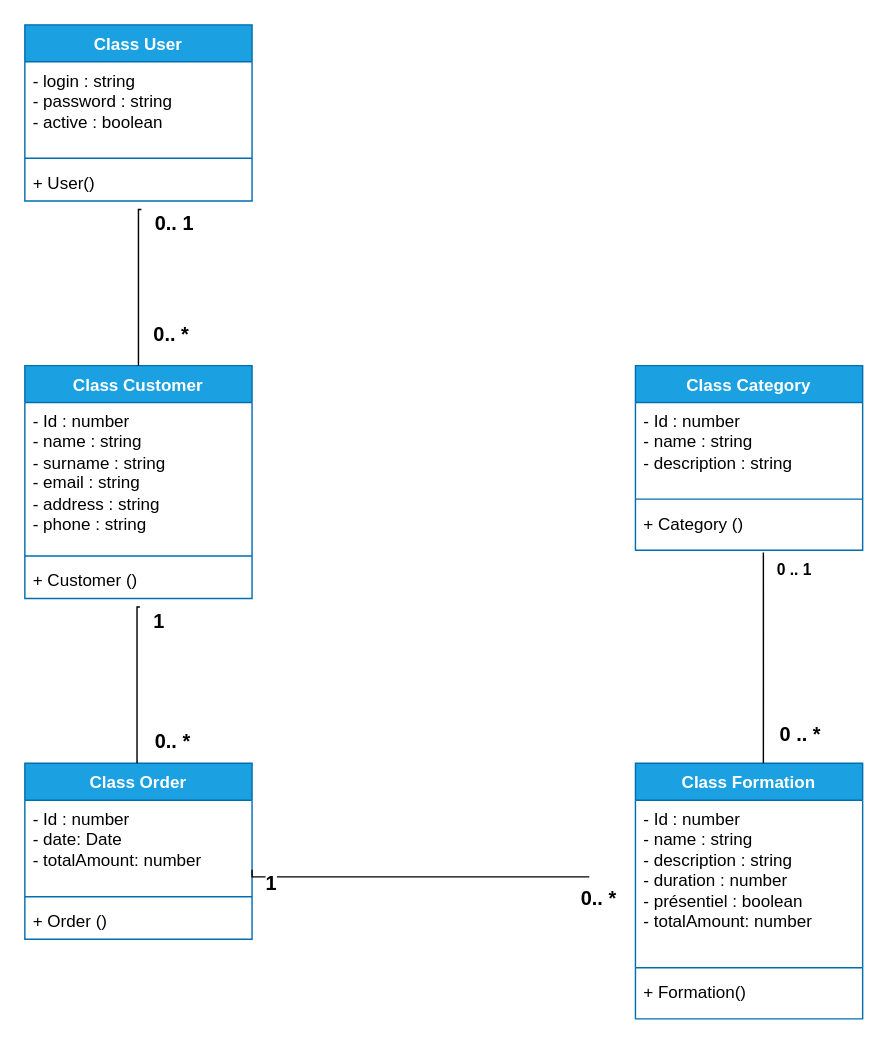
Before: docs/diagrammes/Diagramme_de_classe.drawio in Arthur40480/Evaluation1, a draw.io diagram. Source tidied: cells renumbered, new cells numbered last; positions are measured from the earlier drawing's top-left corner, leaving out a move shared by most shapes. Both pictures are drawn from the tidied source at 142%, with x=0, y=0 at pixel (24, 24).
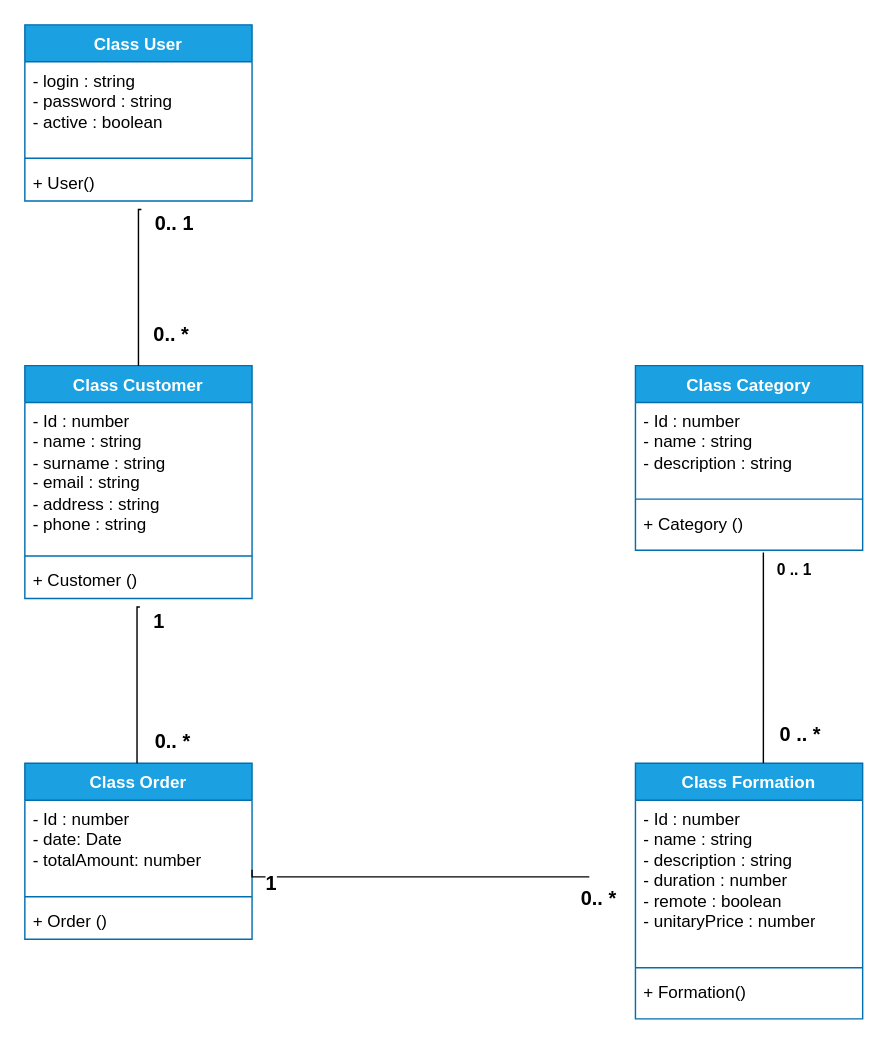
After the change.

Commit message (it also covers changes not shown here):
Modification Diagramme de classe

Unchanged cells that the change refers to:
```xml
<mxCell id="20" value="Class Formation" style="swimlane;fontStyle=1;align=center;verticalAlign=top;horizontal=1;startSize=26;whiteSpace=wrap;html=1;fillColor=#1ba1e2;fontColor=#ffffff;strokeColor=#006EAF;" parent="1" vertex="1">
  <mxGeometry x="430" y="520" width="160" height="180" as="geometry" />
</mxCell>
```

Change to the diagram source:
```diff
@@
-    <mxCell id="21" value="&lt;div&gt;- Id : number&lt;/div&gt;&lt;div&gt;- name : string&lt;/div&gt;&lt;div&gt;- description : string&lt;/div&gt;&lt;div&gt;- duration : number&lt;/div&gt;&lt;div&gt;- présentiel : boolean&lt;br&gt;&lt;/div&gt;&lt;div&gt;- totalAmount: number&lt;/div&gt;&lt;div&gt;&lt;br&gt;&lt;/div&gt;&lt;div&gt;&lt;br&gt;&lt;/div&gt;&lt;div&gt;&lt;br&gt;&lt;/div&gt;" style="text;strokeColor=none;fillColor=none;align=left;verticalAlign=top;spacingLeft=4;spacingRight=4;overflow=hidden;whiteSpace=wrap;html=1;" parent="20" vertex="1">
+    <mxCell id="21" value="&lt;div&gt;- Id : number&lt;/div&gt;&lt;div&gt;- name : string&lt;/div&gt;&lt;div&gt;- description : string&lt;/div&gt;&lt;div&gt;- duration : number&lt;/div&gt;&lt;div&gt;- remote : boolean&lt;br&gt;&lt;/div&gt;&lt;div&gt;- unitaryPrice : number&lt;br&gt;&lt;/div&gt;&lt;div&gt;&lt;br&gt;&lt;/div&gt;&lt;div&gt;&lt;br&gt;&lt;/div&gt;&lt;div&gt;&lt;br&gt;&lt;/div&gt;" style="text;strokeColor=none;fillColor=none;align=left;verticalAlign=top;spacingLeft=4;spacingRight=4;overflow=hidden;whiteSpace=wrap;html=1;" parent="20" vertex="1">
       <mxGeometry y="26" width="160" height="114" as="geometry" />
     </mxCell>
```
